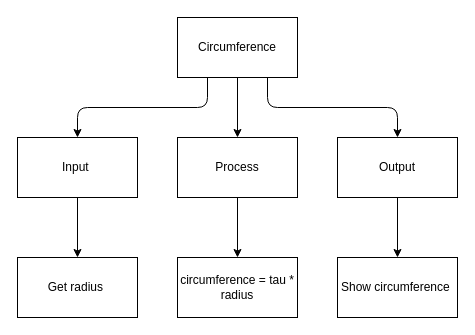
This is page "Top Down" (1 of 2) of design.drawio from huihangisaac-ho/ICS3U-Unit2-03-Python, a draw.io file, before an edit. Source tidied: cells renumbered, new cells numbered last; positions are measured from the earlier drawing's top-left corner, leaving out a move shared by most shapes. Both pictures are drawn from the tidied source at 100%, with x=0, y=0 at pixel (17, 17).
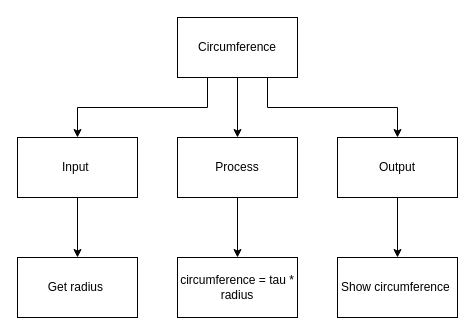
Above is the later version.

What changed in the source:
```diff
@@
 <mxGraphModel>
   <root>
     <mxCell id="0" />
     <mxCell id="1" parent="0" />
     <mxCell id="2" style="edgeStyle=orthogonalEdgeStyle;html=1;exitX=0.5;exitY=1;exitDx=0;exitDy=0;" parent="1" edge="1" source="5" target="9">
       <mxGeometry relative="1" as="geometry" />
     </mxCell>
-    <mxCell id="3" style="edgeStyle=orthogonalEdgeStyle;html=1;exitX=0.25;exitY=1;exitDx=0;exitDy=0;entryX=0.5;entryY=0;entryDx=0;entryDy=0;" parent="1" edge="1" source="5" target="7">
+    <mxCell id="3" style="edgeStyle=orthogonalEdgeStyle;html=1;exitX=0.25;exitY=1;exitDx=0;exitDy=0;entryX=0.5;entryY=0;entryDx=0;entryDy=0;rounded=0;" parent="1" edge="1" source="5" target="7">
       <mxGeometry relative="1" as="geometry" />
     </mxCell>
-    <mxCell id="4" style="edgeStyle=orthogonalEdgeStyle;html=1;exitX=0.75;exitY=1;exitDx=0;exitDy=0;" parent="1" edge="1" source="5" target="11">
+    <mxCell id="4" style="edgeStyle=orthogonalEdgeStyle;html=1;exitX=0.75;exitY=1;exitDx=0;exitDy=0;rounded=0;" parent="1" edge="1" source="5" target="11">
       <mxGeometry relative="1" as="geometry" />
     </mxCell>
     <mxCell id="5" value="Circumference" style="rounded=0;whiteSpace=wrap;html=1;" parent="1" vertex="1">
       <mxGeometry x="160" width="120" height="60" as="geometry" />
     </mxCell>
     <mxCell id="6" style="edgeStyle=orthogonalEdgeStyle;html=1;exitX=0.5;exitY=1;exitDx=0;exitDy=0;" parent="1" edge="1" source="7" target="12">
       <mxGeometry relative="1" as="geometry" />
     </mxCell>
     <mxCell id="7" value="Input&amp;nbsp;" style="rounded=0;whiteSpace=wrap;html=1;" parent="1" vertex="1">
       <mxGeometry y="120" width="120" height="60" as="geometry" />
     </mxCell>
     <mxCell id="8" style="edgeStyle=orthogonalEdgeStyle;html=1;exitX=0.5;exitY=1;exitDx=0;exitDy=0;" parent="1" edge="1" source="9" target="13">
       <mxGeometry relative="1" as="geometry" />
     </mxCell>
     <mxCell id="9" value="Process" style="rounded=0;whiteSpace=wrap;html=1;" parent="1" vertex="1">
       <mxGeometry x="160" y="120" width="120" height="60" as="geometry" />
     </mxCell>
     <mxCell id="10" style="edgeStyle=orthogonalEdgeStyle;html=1;exitX=0.5;exitY=1;exitDx=0;exitDy=0;entryX=0.5;entryY=0;entryDx=0;entryDy=0;" parent="1" edge="1" source="11" target="14">
       <mxGeometry relative="1" as="geometry" />
     </mxCell>
     <mxCell id="11" value="Output" style="rounded=0;whiteSpace=wrap;html=1;" parent="1" vertex="1">
       <mxGeometry x="320" y="120" width="120" height="60" as="geometry" />
     </mxCell>
     <mxCell id="12" value="Get radius&amp;nbsp;" style="rounded=0;whiteSpace=wrap;html=1;" parent="1" vertex="1">
       <mxGeometry y="240" width="120" height="60" as="geometry" />
     </mxCell>
     <mxCell id="13" value="circumference = tau * radius" style="rounded=0;whiteSpace=wrap;html=1;" parent="1" vertex="1">
       <mxGeometry x="160" y="240" width="120" height="60" as="geometry" />
     </mxCell>
     <mxCell id="14" value="Show circumference&amp;nbsp;" style="rounded=0;whiteSpace=wrap;html=1;" parent="1" vertex="1">
       <mxGeometry x="320" y="240" width="120" height="60" as="geometry" />
     </mxCell>
   </root>
 </mxGraphModel>
```
